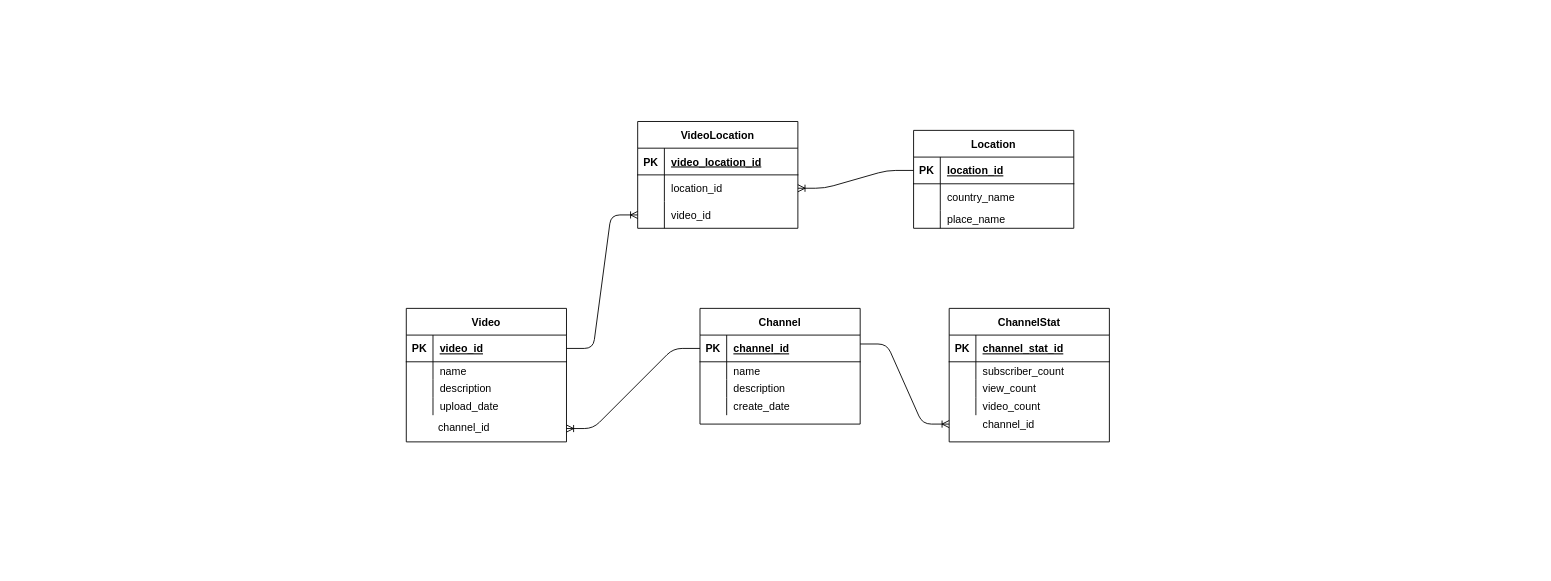
Earlier version of the draw.io diagram db diagram.drawio (imabu/data_engineer_final_project). Source tidied: cells renumbered, new cells numbered last; positions are measured from the earlier drawing's top-left corner, leaving out a move shared by most shapes. Both pictures are drawn from the tidied source at 89%, with x=0, y=0 at pixel (406, 121).
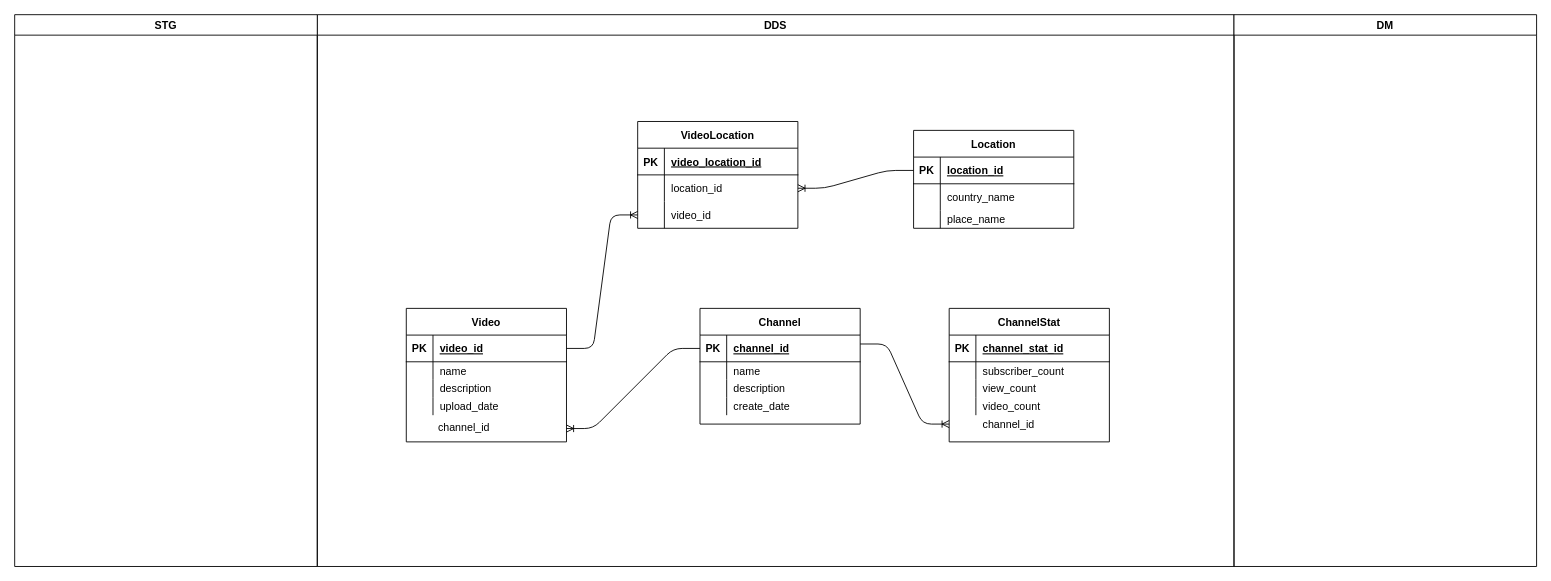
After the change.

Diff of the diagram source:
```diff
@@
+    <mxCell id="67" value="DDS" style="swimlane;" parent="1" vertex="1">
+      <mxGeometry x="-100" y="-120" width="1030" height="620" as="geometry" />
+    </mxCell>
+    <mxCell id="68" value="DM" style="swimlane;" parent="1" vertex="1">
+      <mxGeometry x="930" y="-120" width="340" height="620" as="geometry" />
+    </mxCell>
+    <mxCell id="69" value="STG" style="swimlane;" parent="1" vertex="1">
+      <mxGeometry x="-440" y="-120" width="340" height="620" as="geometry" />
+    </mxCell>
```
